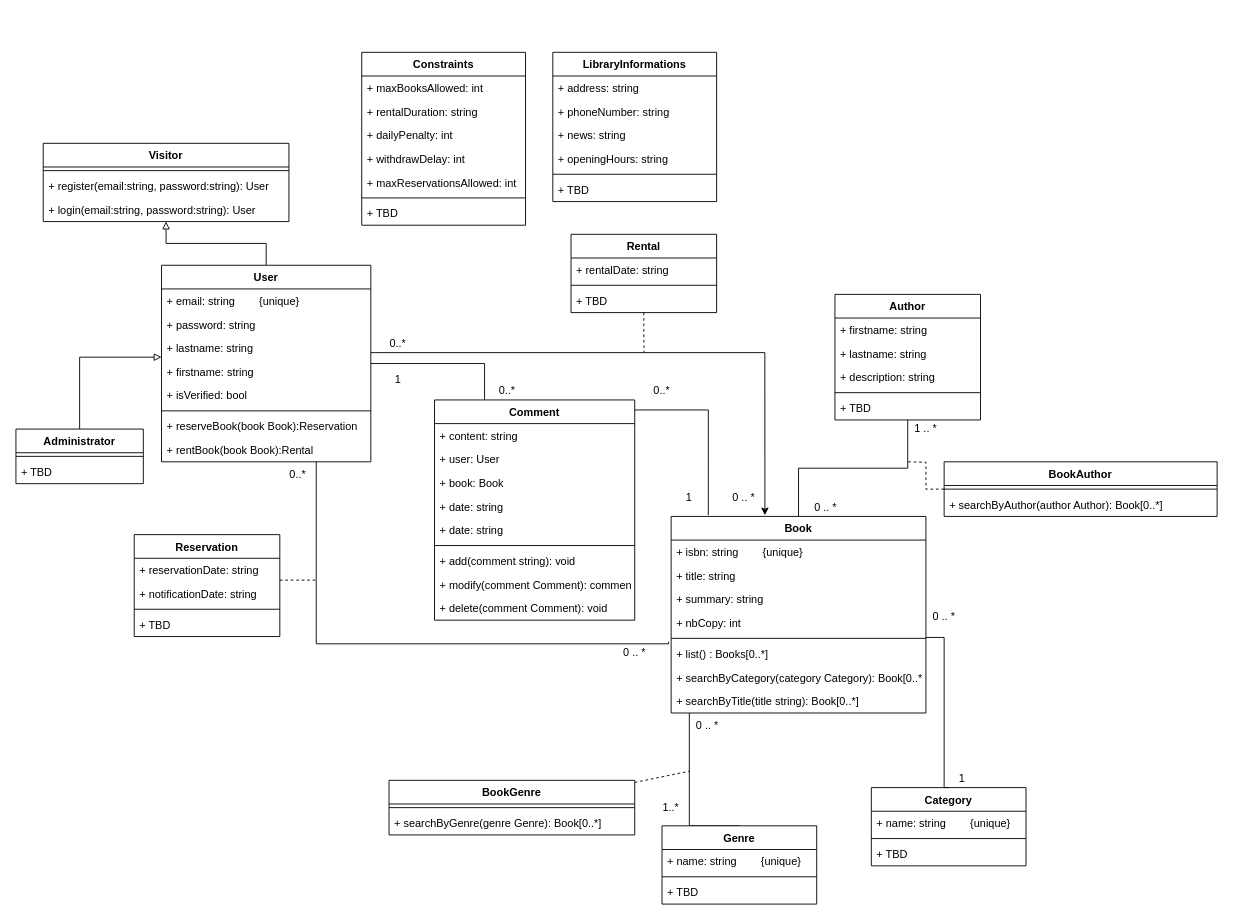
pptech-ds/CDA-JS-LIbrary-Store keeps this draw.io diagram as page "UML Class Diagram" (4 of 6) of docs/library_store.drawio. Above is the earlier version. Source tidied: cells renumbered, new cells numbered last; positions are measured from the earlier drawing's top-left corner, leaving out a move shared by most shapes. Both pictures are drawn from the tidied source at 91%, with x=0, y=0 at pixel (15, 52).
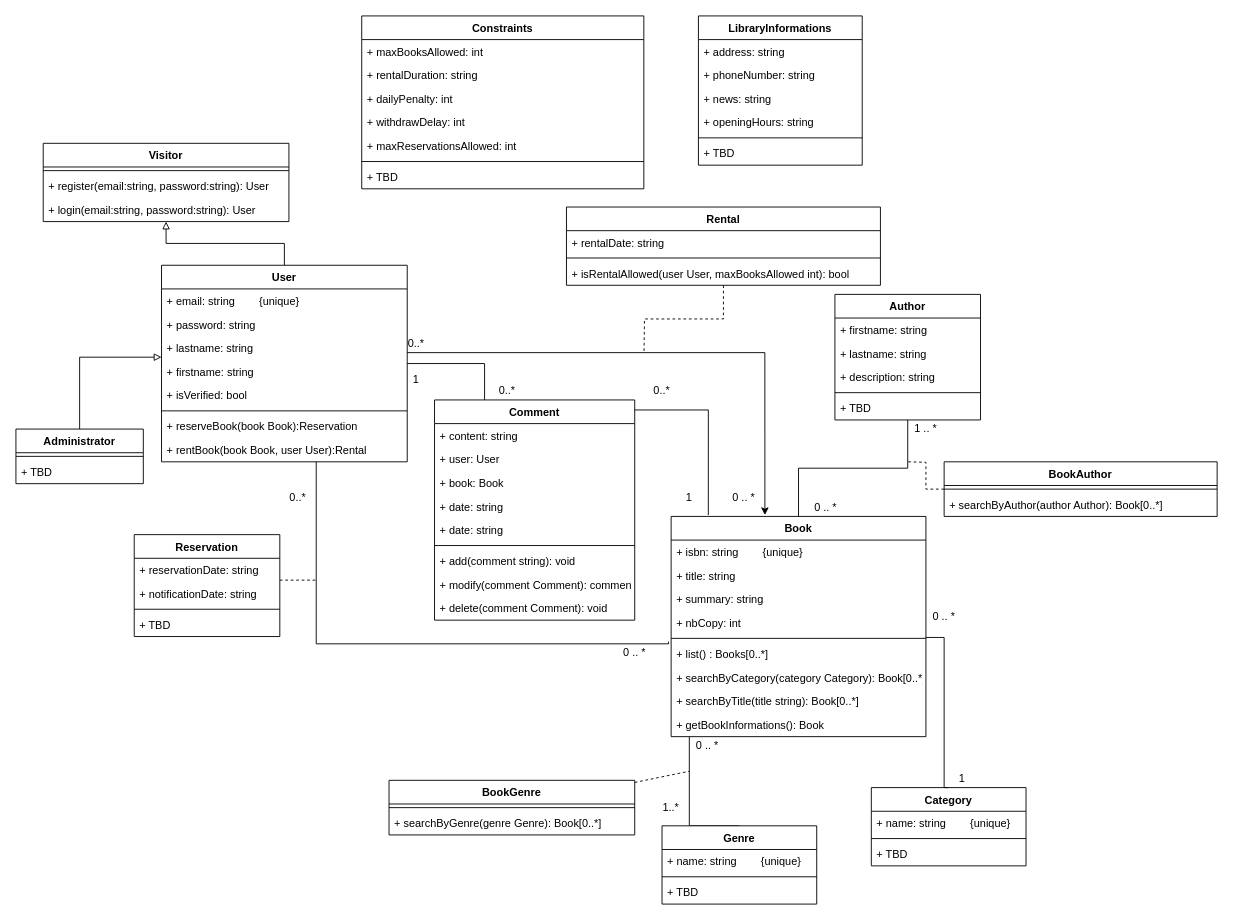
The same diagram, later.

Diff of the diagram source:
```diff
@@
     <mxCell id="4" value="User" style="swimlane;fontStyle=1;align=center;verticalAlign=top;horizontal=1;startSize=26;" parent="1" vertex="1">
-      <mxGeometry x="160" y="234" width="230" height="216" as="geometry" />
+      <mxGeometry x="160" y="234" width="270" height="216" as="geometry" />
     </mxCell>
     <mxCell id="5" value="+ email: string        {unique}  " style="text;strokeColor=none;fillColor=none;align=left;verticalAlign=top;spacingLeft=4;spacingRight=4;overflow=hidden;" parent="4" vertex="1">
-      <mxGeometry y="26" width="230" height="26" as="geometry" />
+      <mxGeometry y="26" width="270" height="26" as="geometry" />
     </mxCell>
     <mxCell id="6" value="+ password: string " style="text;strokeColor=none;fillColor=none;align=left;verticalAlign=top;spacingLeft=4;spacingRight=4;overflow=hidden;" parent="4" vertex="1">
-      <mxGeometry y="52" width="230" height="26" as="geometry" />
+      <mxGeometry y="52" width="270" height="26" as="geometry" />
     </mxCell>
     <mxCell id="7" value="+ lastname: string " style="text;strokeColor=none;fillColor=none;align=left;verticalAlign=top;spacingLeft=4;spacingRight=4;overflow=hidden;" parent="4" vertex="1">
-      <mxGeometry y="78" width="230" height="26" as="geometry" />
+      <mxGeometry y="78" width="270" height="26" as="geometry" />
     </mxCell>
     <mxCell id="8" value="+ firstname: string&#10;  " style="text;strokeColor=none;fillColor=none;align=left;verticalAlign=top;spacingLeft=4;spacingRight=4;overflow=hidden;" parent="4" vertex="1">
-      <mxGeometry y="104" width="230" height="26" as="geometry" />
+      <mxGeometry y="104" width="270" height="26" as="geometry" />
     </mxCell>
     <mxCell id="9" value="+ isVerified: bool  " style="text;strokeColor=none;fillColor=none;align=left;verticalAlign=top;spacingLeft=4;spacingRight=4;overflow=hidden;" parent="4" vertex="1">
-      <mxGeometry y="130" width="230" height="26" as="geometry" />
+      <mxGeometry y="130" width="270" height="26" as="geometry" />
     </mxCell>
     <mxCell id="10" style="line;strokeWidth=1;fillColor=none;align=left;verticalAlign=middle;spacingTop=-1;spacingLeft=3;spacingRight=3;labelPosition=right;" parent="4" vertex="1">
-      <mxGeometry y="156" width="230" height="8" as="geometry" />
+      <mxGeometry y="156" width="270" height="8" as="geometry" />
     </mxCell>
     <mxCell id="11" value="+ reserveBook(book Book):Reservation" style="text;strokeColor=none;fillColor=none;align=left;verticalAlign=top;spacingLeft=4;spacingRight=4;overflow=hidden;" parent="4" vertex="1">
-      <mxGeometry y="164" width="230" height="26" as="geometry" />
+      <mxGeometry y="164" width="270" height="26" as="geometry" />
     </mxCell>
-    <mxCell id="12" value="+ rentBook(book Book):Rental" style="text;strokeColor=none;fillColor=none;align=left;verticalAlign=top;spacingLeft=4;spacingRight=4;overflow=hidden;" parent="4" vertex="1">
-      <mxGeometry y="190" width="230" height="26" as="geometry" />
-    </mxCell>
+    <mxCell id="108" value="+ rentBook(book Book, user User):Rental" style="text;strokeColor=none;fillColor=none;align=left;verticalAlign=top;spacingLeft=4;spacingRight=4;overflow=hidden;" parent="4" vertex="1">
+      <mxGeometry y="190" width="270" height="26" as="geometry" />
+    </mxCell>
@@
     <mxCell id="15" value="Book" style="swimlane;fontStyle=1;align=center;verticalAlign=top;horizontal=1;startSize=26;" parent="1" vertex="1">
-      <mxGeometry x="720" y="510" width="280" height="216" as="geometry" />
+      <mxGeometry x="720" y="510" width="280" height="242" as="geometry" />
     </mxCell>
@@
+    <mxCell id="109" value="+ searchByTitle(title string): Book[0..*]" style="text;strokeColor=none;fillColor=none;align=left;verticalAlign=top;spacingLeft=4;spacingRight=4;overflow=hidden;" parent="15" vertex="1">
+      <mxGeometry y="190" width="280" height="26" as="geometry" />
+    </mxCell>
-    <mxCell id="23" value="+ searchByTitle(title string): Book[0..*]" style="text;strokeColor=none;fillColor=none;align=left;verticalAlign=top;spacingLeft=4;spacingRight=4;overflow=hidden;" parent="15" vertex="1">
-      <mxGeometry y="190" width="280" height="26" as="geometry" />
+    <mxCell id="23" value="+ getBookInformations(): Book" style="text;strokeColor=none;fillColor=none;align=left;verticalAlign=top;spacingLeft=4;spacingRight=4;overflow=hidden;" parent="15" vertex="1">
+      <mxGeometry y="216" width="280" height="26" as="geometry" />
     </mxCell>
@@
     <mxCell id="37" value="0 .. *" style="text;html=1;strokeColor=none;fillColor=none;align=center;verticalAlign=middle;whiteSpace=wrap;rounded=0;" parent="1" vertex="1">
-      <mxGeometry x="740" y="730" width="40" height="20" as="geometry" />
+      <mxGeometry x="740" y="752" width="40" height="20" as="geometry" />
     </mxCell>
@@
     <mxCell id="45" value="0..*" style="text;html=1;strokeColor=none;fillColor=none;align=center;verticalAlign=middle;whiteSpace=wrap;rounded=0;" parent="1" vertex="1">
-      <mxGeometry x="400" y="310" width="40" height="20" as="geometry" />
+      <mxGeometry x="420" y="310" width="40" height="20" as="geometry" />
     </mxCell>
@@
     <mxCell id="53" value="Rental" style="swimlane;fontStyle=1;align=center;verticalAlign=top;horizontal=1;startSize=26;" parent="1" vertex="1">
-      <mxGeometry x="610" y="200" width="160" height="86" as="geometry" />
+      <mxGeometry x="605" y="170" width="345" height="86" as="geometry" />
     </mxCell>
     <mxCell id="54" value="+ rentalDate: string&#10;  " style="text;strokeColor=none;fillColor=none;align=left;verticalAlign=top;spacingLeft=4;spacingRight=4;overflow=hidden;" parent="53" vertex="1">
-      <mxGeometry y="26" width="160" height="26" as="geometry" />
+      <mxGeometry y="26" width="345" height="26" as="geometry" />
     </mxCell>
     <mxCell id="55" style="line;strokeWidth=1;fillColor=none;align=left;verticalAlign=middle;spacingTop=-1;spacingLeft=3;spacingRight=3;labelPosition=right;" parent="53" vertex="1">
-      <mxGeometry y="52" width="160" height="8" as="geometry" />
+      <mxGeometry y="52" width="345" height="8" as="geometry" />
     </mxCell>
-    <mxCell id="56" value="+ TBD" style="text;strokeColor=none;fillColor=none;align=left;verticalAlign=top;spacingLeft=4;spacingRight=4;overflow=hidden;" parent="53" vertex="1">
-      <mxGeometry y="60" width="160" height="26" as="geometry" />
+    <mxCell id="56" value="+ isRentalAllowed(user User, maxBooksAllowed int): bool" style="text;strokeColor=none;fillColor=none;align=left;verticalAlign=top;spacingLeft=4;spacingRight=4;overflow=hidden;" parent="53" vertex="1">
+      <mxGeometry y="60" width="345" height="26" as="geometry" />
     </mxCell>
     <mxCell id="57" value="LibraryInformations" style="swimlane;fontStyle=1;align=center;verticalAlign=top;horizontal=1;startSize=26;" parent="1" vertex="1">
-      <mxGeometry x="590" width="180" height="164" as="geometry" />
+      <mxGeometry x="750" y="-40" width="180" height="164" as="geometry" />
     </mxCell>
@@
     <mxCell id="71" value="Constraints" style="swimlane;fontStyle=1;align=center;verticalAlign=top;horizontal=1;startSize=26;" parent="1" vertex="1">
-      <mxGeometry x="380" width="180" height="190" as="geometry" />
+      <mxGeometry x="380" y="-40" width="310" height="190" as="geometry" />
     </mxCell>
     <mxCell id="72" value="+ maxBooksAllowed: int  " style="text;strokeColor=none;fillColor=none;align=left;verticalAlign=top;spacingLeft=4;spacingRight=4;overflow=hidden;" parent="71" vertex="1">
-      <mxGeometry y="26" width="180" height="26" as="geometry" />
+      <mxGeometry y="26" width="310" height="26" as="geometry" />
     </mxCell>
     <mxCell id="73" value="+ rentalDuration: string&#10;  " style="text;strokeColor=none;fillColor=none;align=left;verticalAlign=top;spacingLeft=4;spacingRight=4;overflow=hidden;" parent="71" vertex="1">
-      <mxGeometry y="52" width="180" height="26" as="geometry" />
+      <mxGeometry y="52" width="310" height="26" as="geometry" />
     </mxCell>
     <mxCell id="74" value="+ dailyPenalty: int&#10;  " style="text;strokeColor=none;fillColor=none;align=left;verticalAlign=top;spacingLeft=4;spacingRight=4;overflow=hidden;" parent="71" vertex="1">
-      <mxGeometry y="78" width="180" height="26" as="geometry" />
+      <mxGeometry y="78" width="310" height="26" as="geometry" />
     </mxCell>
     <mxCell id="75" value="+ withdrawDelay: int&#10;  " style="text;strokeColor=none;fillColor=none;align=left;verticalAlign=top;spacingLeft=4;spacingRight=4;overflow=hidden;" parent="71" vertex="1">
-      <mxGeometry y="104" width="180" height="26" as="geometry" />
+      <mxGeometry y="104" width="310" height="26" as="geometry" />
     </mxCell>
     <mxCell id="76" value="+ maxReservationsAllowed: int&#10;  " style="text;strokeColor=none;fillColor=none;align=left;verticalAlign=top;spacingLeft=4;spacingRight=4;overflow=hidden;" parent="71" vertex="1">
-      <mxGeometry y="130" width="180" height="26" as="geometry" />
+      <mxGeometry y="130" width="310" height="26" as="geometry" />
     </mxCell>
     <mxCell id="77" style="line;strokeWidth=1;fillColor=none;align=left;verticalAlign=middle;spacingTop=-1;spacingLeft=3;spacingRight=3;labelPosition=right;" parent="71" vertex="1">
-      <mxGeometry y="156" width="180" height="8" as="geometry" />
+      <mxGeometry y="156" width="310" height="8" as="geometry" />
     </mxCell>
-    <mxCell id="78" value="+ TBD" style="text;strokeColor=none;fillColor=none;align=left;verticalAlign=top;spacingLeft=4;spacingRight=4;overflow=hidden;" parent="71" vertex="1">
-      <mxGeometry y="164" width="180" height="26" as="geometry" />
-    </mxCell>
+    <mxCell id="12" value="+ TBD" style="text;strokeColor=none;fillColor=none;align=left;verticalAlign=top;spacingLeft=4;spacingRight=4;overflow=hidden;" parent="71" vertex="1">
+      <mxGeometry y="164" width="310" height="26" as="geometry" />
+    </mxCell>
     <mxCell id="79" value="0..*" style="text;html=1;strokeColor=none;fillColor=none;align=center;verticalAlign=middle;whiteSpace=wrap;rounded=0;" parent="1" vertex="1">
-      <mxGeometry x="290" y="454" width="40" height="20" as="geometry" />
+      <mxGeometry x="290" y="480" width="40" height="20" as="geometry" />
     </mxCell>
@@
     <mxCell id="105" value="1" style="text;html=1;strokeColor=none;fillColor=none;align=center;verticalAlign=middle;whiteSpace=wrap;rounded=0;" parent="1" vertex="1">
-      <mxGeometry x="400" y="350" width="40" height="20" as="geometry" />
+      <mxGeometry x="420" y="350" width="40" height="20" as="geometry" />
     </mxCell>
```
